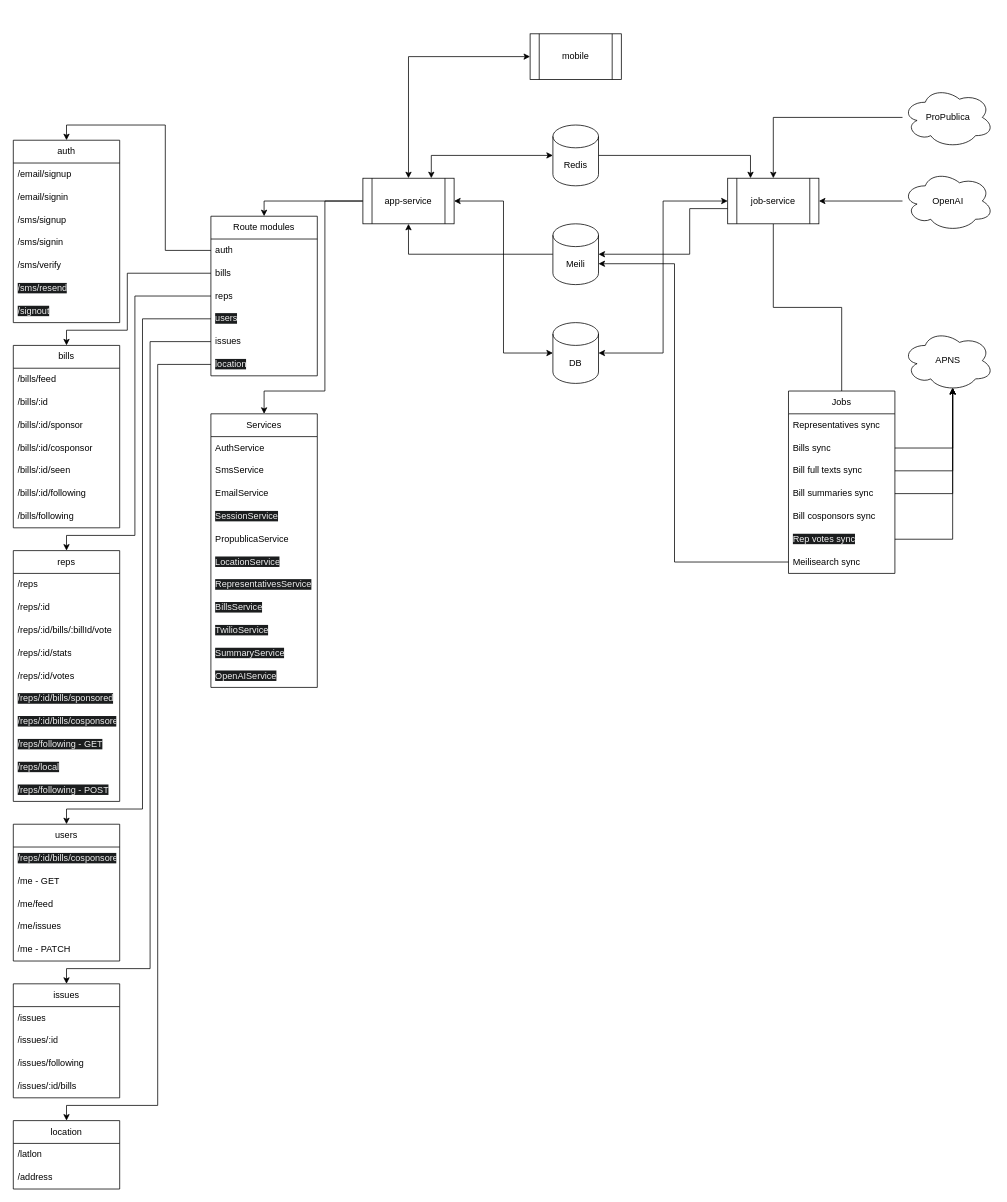
Breakdown/breakdown-services keeps this draw.io diagram as architecture/Architecture.drawio. Above is the earlier version. Source tidied: cells renumbered, new cells numbered last; positions are measured from the earlier drawing's top-left corner, leaving out a move shared by most shapes. Both pictures are drawn from the tidied source at 76%, with x=0, y=0 at pixel (13, 33).
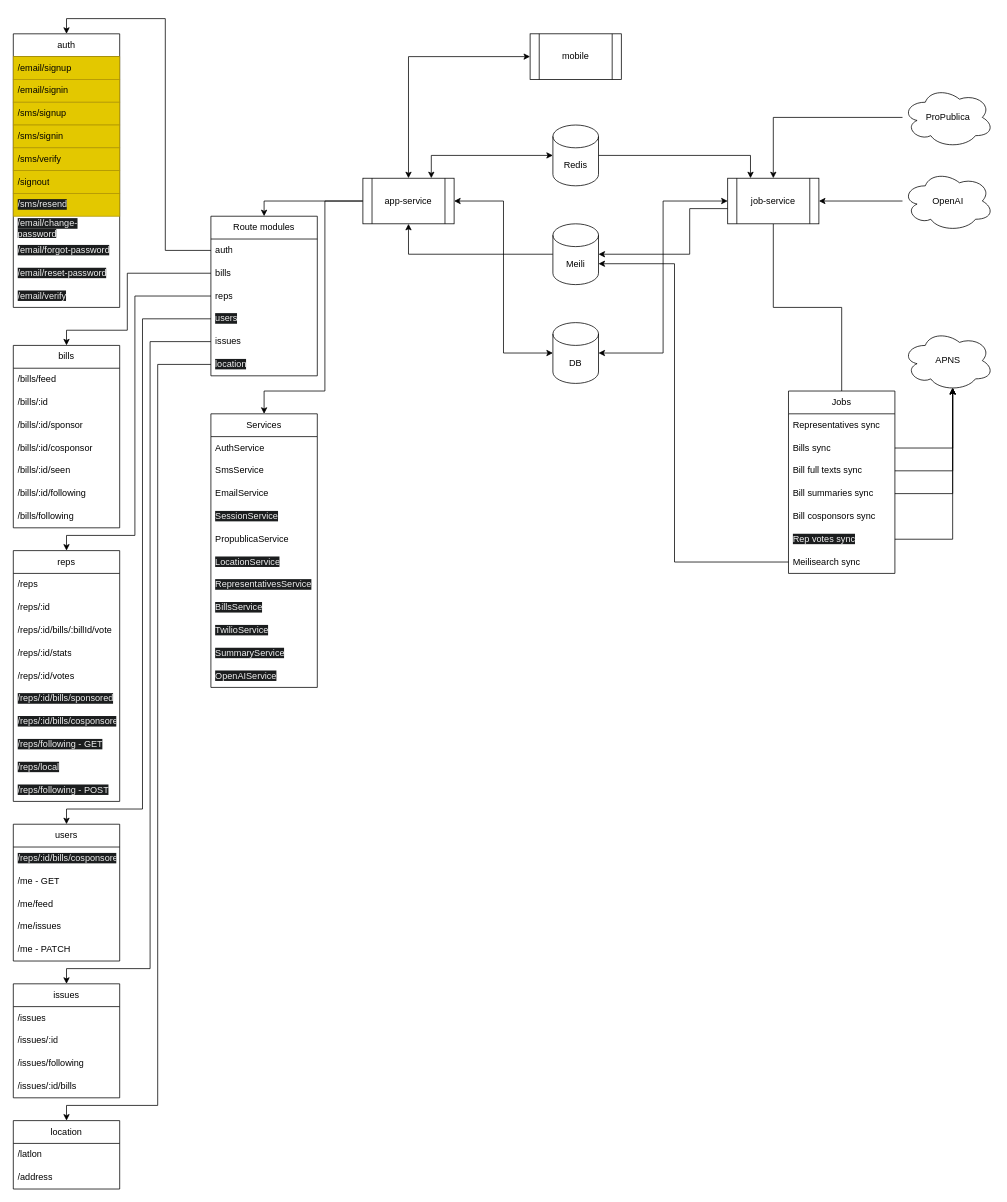
After the change.

Change to the diagram source:
```diff
@@
     <mxCell id="43" value="auth" style="swimlane;fontStyle=0;horizontal=1;startSize=30;whiteSpace=wrap;html=1;" parent="1" vertex="1">
-      <mxGeometry y="140" width="140" height="240" as="geometry" />
+      <mxGeometry width="140" height="360" as="geometry" />
     </mxCell>
-    <mxCell id="44" value="/email/signup" style="text;strokeColor=none;fillColor=none;align=left;verticalAlign=middle;spacingLeft=4;spacingRight=4;overflow=hidden;whiteSpace=wrap;html=1;" parent="43" vertex="1">
+    <mxCell id="44" value="/email/signup" style="text;strokeColor=#B09500;fillColor=#e3c800;align=left;verticalAlign=middle;spacingLeft=4;spacingRight=4;overflow=hidden;whiteSpace=wrap;html=1;fontColor=#000000;" parent="43" vertex="1">
       <mxGeometry y="30" width="140" height="30" as="geometry" />
     </mxCell>
-    <mxCell id="45" value="/email/signin" style="text;strokeColor=none;fillColor=none;align=left;verticalAlign=middle;spacingLeft=4;spacingRight=4;overflow=hidden;whiteSpace=wrap;html=1;" parent="43" vertex="1">
+    <mxCell id="45" value="/email/signin" style="text;strokeColor=#B09500;fillColor=#e3c800;align=left;verticalAlign=middle;spacingLeft=4;spacingRight=4;overflow=hidden;whiteSpace=wrap;html=1;fontColor=#000000;" parent="43" vertex="1">
       <mxGeometry y="60" width="140" height="30" as="geometry" />
     </mxCell>
-    <mxCell id="46" value="/sms/signup" style="text;strokeColor=none;fillColor=none;align=left;verticalAlign=middle;spacingLeft=4;spacingRight=4;overflow=hidden;whiteSpace=wrap;html=1;" parent="43" vertex="1">
+    <mxCell id="46" value="/sms/signup" style="text;strokeColor=#B09500;fillColor=#e3c800;align=left;verticalAlign=middle;spacingLeft=4;spacingRight=4;overflow=hidden;whiteSpace=wrap;html=1;fontColor=#000000;" parent="43" vertex="1">
       <mxGeometry y="90" width="140" height="30" as="geometry" />
     </mxCell>
-    <mxCell id="47" value="/sms/signin" style="text;strokeColor=none;fillColor=none;align=left;verticalAlign=middle;spacingLeft=4;spacingRight=4;overflow=hidden;whiteSpace=wrap;html=1;" parent="43" vertex="1">
+    <mxCell id="47" value="/sms/signin" style="text;strokeColor=#B09500;fillColor=#e3c800;align=left;verticalAlign=middle;spacingLeft=4;spacingRight=4;overflow=hidden;whiteSpace=wrap;html=1;fontColor=#000000;" parent="43" vertex="1">
       <mxGeometry y="120" width="140" height="30" as="geometry" />
     </mxCell>
-    <mxCell id="48" value="/sms/verify" style="text;strokeColor=none;fillColor=none;align=left;verticalAlign=middle;spacingLeft=4;spacingRight=4;overflow=hidden;whiteSpace=wrap;html=1;" parent="43" vertex="1">
+    <mxCell id="48" value="/sms/verify" style="text;strokeColor=#B09500;fillColor=#e3c800;align=left;verticalAlign=middle;spacingLeft=4;spacingRight=4;overflow=hidden;whiteSpace=wrap;html=1;fontColor=#000000;" parent="43" vertex="1">
       <mxGeometry y="150" width="140" height="30" as="geometry" />
     </mxCell>
+    <mxCell id="50" value="/signout" style="text;strokeColor=#B09500;fillColor=#e3c800;align=left;verticalAlign=middle;spacingLeft=4;spacingRight=4;overflow=hidden;whiteSpace=wrap;html=1;fontColor=#000000;" parent="43" vertex="1">
+      <mxGeometry y="180" width="140" height="30" as="geometry" />
+    </mxCell>
-    <mxCell id="49" value="&lt;span style=&quot;color: rgb(240, 240, 240); font-family: Helvetica; font-size: 12px; font-style: normal; font-variant-ligatures: normal; font-variant-caps: normal; font-weight: 400; letter-spacing: normal; orphans: 2; text-align: left; text-indent: 0px; text-transform: none; widows: 2; word-spacing: 0px; -webkit-text-stroke-width: 0px; background-color: rgb(27, 29, 30); text-decoration-thickness: initial; text-decoration-style: initial; text-decoration-color: initial; float: none; display: inline !important;&quot;&gt;/sms/resend&lt;/span&gt;" style="text;strokeColor=none;fillColor=none;align=left;verticalAlign=middle;spacingLeft=4;spacingRight=4;overflow=hidden;whiteSpace=wrap;html=1;" parent="43" vertex="1">
-      <mxGeometry y="180" width="140" height="30" as="geometry" />
+    <mxCell id="49" value="&lt;span style=&quot;color: rgb(240, 240, 240); font-family: Helvetica; font-size: 12px; font-style: normal; font-variant-ligatures: normal; font-variant-caps: normal; font-weight: 400; letter-spacing: normal; orphans: 2; text-align: left; text-indent: 0px; text-transform: none; widows: 2; word-spacing: 0px; -webkit-text-stroke-width: 0px; background-color: rgb(27, 29, 30); text-decoration-thickness: initial; text-decoration-style: initial; text-decoration-color: initial; float: none; display: inline !important;&quot;&gt;/sms/resend&lt;/span&gt;" style="text;strokeColor=#B09500;fillColor=#e3c800;align=left;verticalAlign=middle;spacingLeft=4;spacingRight=4;overflow=hidden;whiteSpace=wrap;html=1;fontColor=#000000;" parent="43" vertex="1">
+      <mxGeometry y="210" width="140" height="30" as="geometry" />
     </mxCell>
-    <mxCell id="50" value="&lt;span style=&quot;color: rgb(240, 240, 240); font-family: Helvetica; font-size: 12px; font-style: normal; font-variant-ligatures: normal; font-variant-caps: normal; font-weight: 400; letter-spacing: normal; orphans: 2; text-align: left; text-indent: 0px; text-transform: none; widows: 2; word-spacing: 0px; -webkit-text-stroke-width: 0px; background-color: rgb(27, 29, 30); text-decoration-thickness: initial; text-decoration-style: initial; text-decoration-color: initial; float: none; display: inline !important;&quot;&gt;/signout&lt;/span&gt;" style="text;strokeColor=none;fillColor=none;align=left;verticalAlign=middle;spacingLeft=4;spacingRight=4;overflow=hidden;whiteSpace=wrap;html=1;" parent="43" vertex="1">
-      <mxGeometry y="210" width="140" height="30" as="geometry" />
-    </mxCell>
+    <mxCell id="102" value="&lt;span style=&quot;color: rgb(240, 240, 240); font-family: Helvetica; font-size: 12px; font-style: normal; font-variant-ligatures: normal; font-variant-caps: normal; font-weight: 400; letter-spacing: normal; orphans: 2; text-align: left; text-indent: 0px; text-transform: none; widows: 2; word-spacing: 0px; -webkit-text-stroke-width: 0px; background-color: rgb(27, 29, 30); text-decoration-thickness: initial; text-decoration-style: initial; text-decoration-color: initial; float: none; display: inline !important;&quot;&gt;/email/change-password&lt;/span&gt;" style="text;strokeColor=none;fillColor=none;align=left;verticalAlign=middle;spacingLeft=4;spacingRight=4;overflow=hidden;whiteSpace=wrap;html=1;" parent="43" vertex="1">
+      <mxGeometry y="240" width="140" height="30" as="geometry" />
+    </mxCell>
+    <mxCell id="103" value="&lt;span style=&quot;color: rgb(240, 240, 240); font-family: Helvetica; font-size: 12px; font-style: normal; font-variant-ligatures: normal; font-variant-caps: normal; font-weight: 400; letter-spacing: normal; orphans: 2; text-align: left; text-indent: 0px; text-transform: none; widows: 2; word-spacing: 0px; -webkit-text-stroke-width: 0px; background-color: rgb(27, 29, 30); text-decoration-thickness: initial; text-decoration-style: initial; text-decoration-color: initial; float: none; display: inline !important;&quot;&gt;/email/forgot-password&lt;/span&gt;" style="text;strokeColor=none;fillColor=none;align=left;verticalAlign=middle;spacingLeft=4;spacingRight=4;overflow=hidden;whiteSpace=wrap;html=1;" parent="43" vertex="1">
+      <mxGeometry y="270" width="140" height="30" as="geometry" />
+    </mxCell>
+    <mxCell id="104" value="&lt;span style=&quot;color: rgb(240, 240, 240); font-family: Helvetica; font-size: 12px; font-style: normal; font-variant-ligatures: normal; font-variant-caps: normal; font-weight: 400; letter-spacing: normal; orphans: 2; text-align: left; text-indent: 0px; text-transform: none; widows: 2; word-spacing: 0px; -webkit-text-stroke-width: 0px; background-color: rgb(27, 29, 30); text-decoration-thickness: initial; text-decoration-style: initial; text-decoration-color: initial; float: none; display: inline !important;&quot;&gt;/email/reset-password&lt;/span&gt;" style="text;strokeColor=none;fillColor=none;align=left;verticalAlign=middle;spacingLeft=4;spacingRight=4;overflow=hidden;whiteSpace=wrap;html=1;" parent="43" vertex="1">
+      <mxGeometry y="300" width="140" height="30" as="geometry" />
+    </mxCell>
+    <mxCell id="105" value="&lt;span style=&quot;color: rgb(240, 240, 240); font-family: Helvetica; font-size: 12px; font-style: normal; font-variant-ligatures: normal; font-variant-caps: normal; font-weight: 400; letter-spacing: normal; orphans: 2; text-align: left; text-indent: 0px; text-transform: none; widows: 2; word-spacing: 0px; -webkit-text-stroke-width: 0px; background-color: rgb(27, 29, 30); text-decoration-thickness: initial; text-decoration-style: initial; text-decoration-color: initial; float: none; display: inline !important;&quot;&gt;/email/verify&lt;/span&gt;" style="text;strokeColor=none;fillColor=none;align=left;verticalAlign=middle;spacingLeft=4;spacingRight=4;overflow=hidden;whiteSpace=wrap;html=1;" parent="43" vertex="1">
+      <mxGeometry y="330" width="140" height="30" as="geometry" />
+    </mxCell>
```
